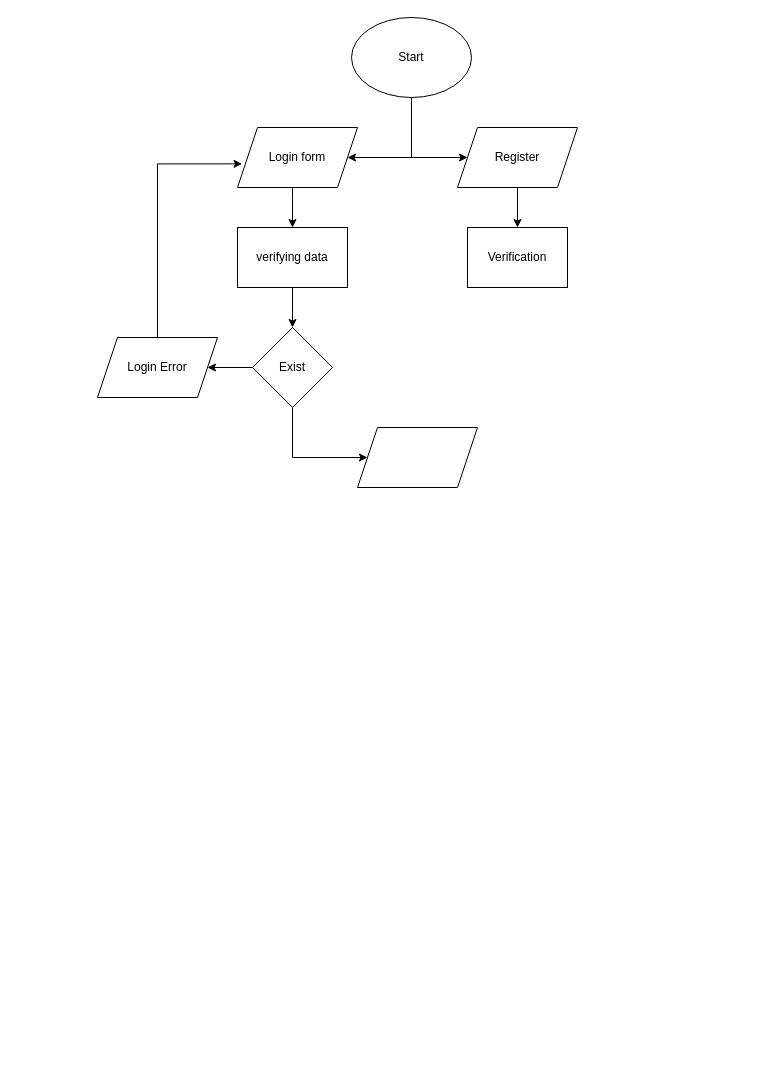
whyllard/weng keeps this draw.io diagram as Untitled Diagram.drawio. Above is the earlier version. Source tidied: cells renumbered, new cells numbered last; positions are measured from the earlier drawing's top-left corner, leaving out a move shared by most shapes. Both pictures are drawn from the tidied source at 100%, with x=0, y=0 at pixel (97, 17).
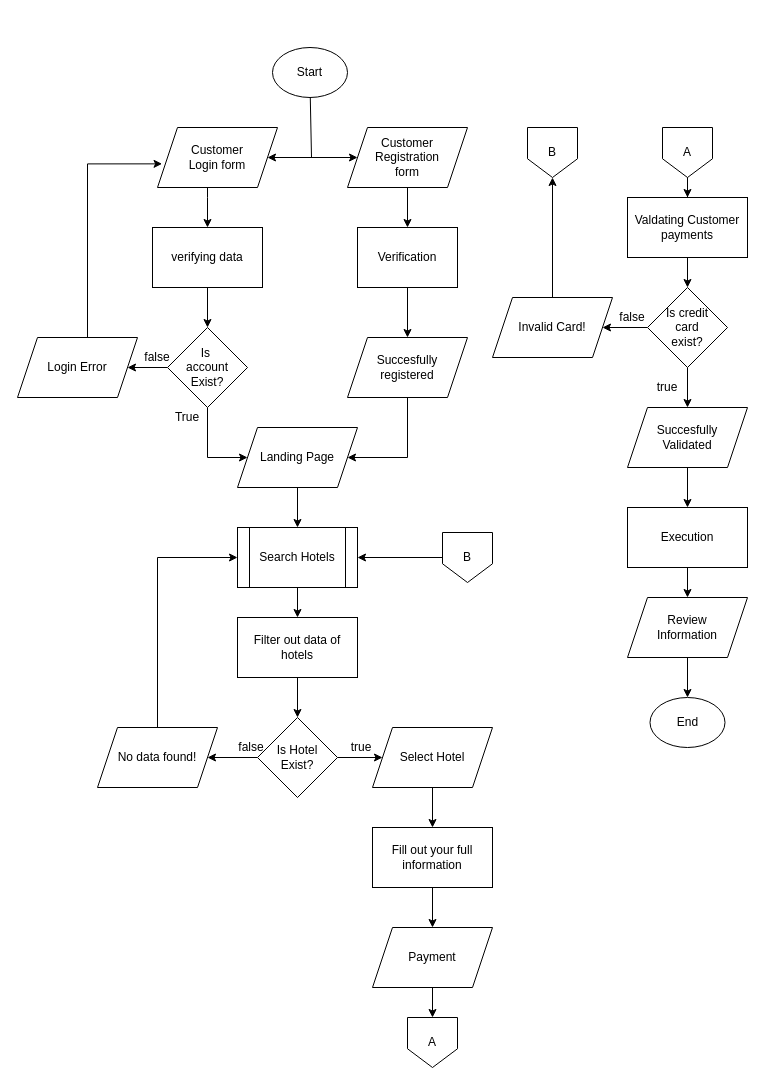
The same page after the edit.

What changed in the source:
```diff
@@
     <mxCell id="2" value="Start" style="ellipse;whiteSpace=wrap;html=1;" parent="1" vertex="1">
-      <mxGeometry x="254" width="120" height="80" as="geometry" />
+      <mxGeometry x="175" y="30" width="75" height="50" as="geometry" />
     </mxCell>
@@
-    <mxCell id="4" value="Register" style="shape=parallelogram;perimeter=parallelogramPerimeter;whiteSpace=wrap;html=1;fixedSize=1;" parent="1" vertex="1">
-      <mxGeometry x="360" y="110" width="120" height="60" as="geometry" />
+    <mxCell id="4" value="Customer&lt;br&gt;Registration&lt;br&gt;form" style="shape=parallelogram;perimeter=parallelogramPerimeter;whiteSpace=wrap;html=1;fixedSize=1;" parent="1" vertex="1">
+      <mxGeometry x="250" y="110" width="120" height="60" as="geometry" />
     </mxCell>
     <mxCell id="5" style="endArrow=none;html=1;" parent="1" edge="1" source="2">
       <mxGeometry relative="1" as="geometry">
-        <mxPoint x="314" y="140" as="targetPoint" />
+        <mxPoint x="214" y="140" as="targetPoint" />
       </mxGeometry>
     </mxCell>
     <mxCell id="6" style="edgeStyle=orthogonalEdgeStyle;rounded=0;jettySize=auto;html=1;" parent="1" edge="1" source="7" target="10">
       <mxGeometry relative="1" as="geometry">
         <Array as="points">
-          <mxPoint x="195" y="180" />
-          <mxPoint x="195" y="180" />
+          <mxPoint x="110" y="180" />
+          <mxPoint x="110" y="180" />
         </Array>
       </mxGeometry>
     </mxCell>
-    <mxCell id="7" value="Login form" style="shape=parallelogram;perimeter=parallelogramPerimeter;whiteSpace=wrap;html=1;fixedSize=1;" parent="1" vertex="1">
-      <mxGeometry x="140" y="110" width="120" height="60" as="geometry" />
+    <mxCell id="7" value="Customer&lt;br&gt;Login form" style="shape=parallelogram;perimeter=parallelogramPerimeter;whiteSpace=wrap;html=1;fixedSize=1;" parent="1" vertex="1">
+      <mxGeometry x="60" y="110" width="120" height="60" as="geometry" />
     </mxCell>
@@
     <mxCell id="10" value="verifying data" style="rounded=0;whiteSpace=wrap;html=1;" parent="1" vertex="1">
-      <mxGeometry x="140" y="210" width="110" height="60" as="geometry" />
+      <mxGeometry x="55" y="210" width="110" height="60" as="geometry" />
     </mxCell>
@@
     <mxCell id="12" style="edgeStyle=orthogonalEdgeStyle;rounded=0;jettySize=auto;html=1;entryX=0;entryY=0.5;entryDx=0;entryDy=0;" parent="1" edge="1" source="13" target="16">
       <mxGeometry relative="1" as="geometry">
         <Array as="points">
-          <mxPoint x="195" y="440" />
+          <mxPoint x="110" y="440" />
         </Array>
       </mxGeometry>
     </mxCell>
-    <mxCell id="13" value="Exist" style="rhombus;whiteSpace=wrap;html=1;" parent="1" vertex="1">
-      <mxGeometry x="155" y="310" width="80" height="80" as="geometry" />
+    <mxCell id="13" value="Is&amp;nbsp;&lt;br&gt;account&lt;br&gt;Exist?" style="rhombus;whiteSpace=wrap;html=1;" parent="1" vertex="1">
+      <mxGeometry x="70" y="310" width="80" height="80" as="geometry" />
     </mxCell>
     <mxCell id="14" style="edgeStyle=orthogonalEdgeStyle;rounded=0;jettySize=auto;html=1;entryX=0.038;entryY=0.606;entryDx=0;entryDy=0;entryPerimeter=0;" parent="1" edge="1" source="15" target="7">
       <mxGeometry relative="1" as="geometry">
         <Array as="points">
-          <mxPoint x="60" y="146" />
+          <mxPoint x="-10" y="146" />
         </Array>
       </mxGeometry>
     </mxCell>
     <mxCell id="15" value="Login Error" style="shape=parallelogram;perimeter=parallelogramPerimeter;whiteSpace=wrap;html=1;fixedSize=1;" parent="1" vertex="1">
-      <mxGeometry y="320" width="120" height="60" as="geometry" />
+      <mxGeometry x="-80" y="320" width="120" height="60" as="geometry" />
     </mxCell>
+    <mxCell id="18" style="edgeStyle=orthogonalEdgeStyle;rounded=0;jettySize=auto;html=1;entryX=0.5;entryY=0;entryDx=0;entryDy=0;" parent="1" edge="1" source="16" target="25">
+      <mxGeometry relative="1" as="geometry" />
+    </mxCell>
-    <mxCell id="16" style="shape=parallelogram;perimeter=parallelogramPerimeter;whiteSpace=wrap;html=1;fixedSize=1;" parent="1" vertex="1">
-      <mxGeometry x="260" y="410" width="120" height="60" as="geometry" />
+    <mxCell id="16" value="Landing Page" style="shape=parallelogram;perimeter=parallelogramPerimeter;whiteSpace=wrap;html=1;fixedSize=1;" parent="1" vertex="1">
+      <mxGeometry x="140" y="410" width="120" height="60" as="geometry" />
     </mxCell>
+    <mxCell id="19" style="edgeStyle=orthogonalEdgeStyle;rounded=0;jettySize=auto;html=1;entryX=0.5;entryY=0;entryDx=0;entryDy=0;" parent="1" edge="1" source="17" target="21">
+      <mxGeometry relative="1" as="geometry" />
+    </mxCell>
     <mxCell id="17" value="Verification" style="rounded=0;whiteSpace=wrap;html=1;" parent="1" vertex="1">
-      <mxGeometry x="370" y="210" width="100" height="60" as="geometry" />
+      <mxGeometry x="260" y="210" width="100" height="60" as="geometry" />
     </mxCell>
+    <mxCell id="20" style="edgeStyle=orthogonalEdgeStyle;rounded=0;jettySize=auto;html=1;entryX=1;entryY=0.5;entryDx=0;entryDy=0;" parent="1" edge="1" source="21" target="16">
+      <mxGeometry relative="1" as="geometry">
+        <Array as="points">
+          <mxPoint x="310" y="440" />
+        </Array>
+      </mxGeometry>
+    </mxCell>
+    <mxCell id="21" value="Succesfully&lt;br&gt;registered" style="shape=parallelogram;perimeter=parallelogramPerimeter;whiteSpace=wrap;html=1;fixedSize=1;" parent="1" vertex="1">
+      <mxGeometry x="250" y="320" width="120" height="60" as="geometry" />
+    </mxCell>
+    <mxCell id="22" value="True" style="text;html=1;strokeColor=none;fillColor=none;align=center;verticalAlign=middle;whiteSpace=wrap;rounded=0;" parent="1" vertex="1">
+      <mxGeometry x="70" y="390" width="40" height="20" as="geometry" />
+    </mxCell>
+    <mxCell id="23" value="false" style="text;html=1;strokeColor=none;fillColor=none;align=center;verticalAlign=middle;whiteSpace=wrap;rounded=0;" parent="1" vertex="1">
+      <mxGeometry x="40" y="330" width="40" height="20" as="geometry" />
+    </mxCell>
+    <mxCell id="24" style="edgeStyle=orthogonalEdgeStyle;rounded=0;jettySize=auto;html=1;entryX=0.5;entryY=0;entryDx=0;entryDy=0;" parent="1" edge="1" source="25" target="27">
+      <mxGeometry relative="1" as="geometry" />
+    </mxCell>
+    <mxCell id="25" value="Search Hotels" style="shape=process;whiteSpace=wrap;html=1;backgroundOutline=1;" parent="1" vertex="1">
+      <mxGeometry x="140" y="510" width="120" height="60" as="geometry" />
+    </mxCell>
+    <mxCell id="26" style="edgeStyle=orthogonalEdgeStyle;rounded=0;jettySize=auto;html=1;entryX=0.5;entryY=0;entryDx=0;entryDy=0;" parent="1" edge="1" source="27" target="30">
+      <mxGeometry relative="1" as="geometry" />
+    </mxCell>
+    <mxCell id="27" value="Filter out data of hotels" style="rounded=0;whiteSpace=wrap;html=1;" parent="1" vertex="1">
+      <mxGeometry x="140" y="600" width="120" height="60" as="geometry" />
+    </mxCell>
+    <mxCell id="28" style="edgeStyle=orthogonalEdgeStyle;rounded=0;jettySize=auto;html=1;entryX=1;entryY=0.5;entryDx=0;entryDy=0;" parent="1" edge="1" source="30" target="32">
+      <mxGeometry relative="1" as="geometry" />
+    </mxCell>
+    <mxCell id="29" style="edgeStyle=orthogonalEdgeStyle;rounded=0;jettySize=auto;html=1;exitX=1;exitY=0.5;exitDx=0;exitDy=0;" parent="1" edge="1" source="30" target="34">
+      <mxGeometry relative="1" as="geometry" />
+    </mxCell>
+    <mxCell id="30" value="Is Hotel&lt;br&gt;Exist?" style="rhombus;whiteSpace=wrap;html=1;" parent="1" vertex="1">
+      <mxGeometry x="160" y="700" width="80" height="80" as="geometry" />
+    </mxCell>
+    <mxCell id="31" style="edgeStyle=orthogonalEdgeStyle;rounded=0;jettySize=auto;html=1;exitX=0.5;exitY=0;exitDx=0;exitDy=0;entryX=0;entryY=0.5;entryDx=0;entryDy=0;" parent="1" edge="1" source="32" target="25">
+      <mxGeometry relative="1" as="geometry" />
+    </mxCell>
+    <mxCell id="32" value="No data found!" style="shape=parallelogram;perimeter=parallelogramPerimeter;whiteSpace=wrap;html=1;fixedSize=1;" parent="1" vertex="1">
+      <mxGeometry y="710" width="120" height="60" as="geometry" />
+    </mxCell>
+    <mxCell id="33" style="edgeStyle=orthogonalEdgeStyle;rounded=0;jettySize=auto;html=1;entryX=0.5;entryY=0;entryDx=0;entryDy=0;" parent="1" edge="1" source="34" target="38">
+      <mxGeometry relative="1" as="geometry" />
+    </mxCell>
+    <mxCell id="34" value="Select Hotel" style="shape=parallelogram;perimeter=parallelogramPerimeter;whiteSpace=wrap;html=1;fixedSize=1;" parent="1" vertex="1">
+      <mxGeometry x="275" y="710" width="120" height="60" as="geometry" />
+    </mxCell>
+    <mxCell id="35" value="false" style="text;html=1;strokeColor=none;fillColor=none;align=center;verticalAlign=middle;whiteSpace=wrap;rounded=0;" parent="1" vertex="1">
+      <mxGeometry x="134" y="720" width="40" height="20" as="geometry" />
+    </mxCell>
+    <mxCell id="36" value="true" style="text;html=1;strokeColor=none;fillColor=none;align=center;verticalAlign=middle;whiteSpace=wrap;rounded=0;" parent="1" vertex="1">
+      <mxGeometry x="244" y="720" width="40" height="20" as="geometry" />
+    </mxCell>
+    <mxCell id="37" style="edgeStyle=orthogonalEdgeStyle;rounded=0;jettySize=auto;html=1;entryX=0.5;entryY=0;entryDx=0;entryDy=0;" parent="1" edge="1" source="38" target="40">
+      <mxGeometry relative="1" as="geometry" />
+    </mxCell>
+    <mxCell id="38" value="Fill out your full&lt;br&gt;information" style="rounded=0;whiteSpace=wrap;html=1;" parent="1" vertex="1">
+      <mxGeometry x="275" y="810" width="120" height="60" as="geometry" />
+    </mxCell>
+    <mxCell id="39" style="edgeStyle=orthogonalEdgeStyle;rounded=0;jettySize=auto;html=1;entryX=0.5;entryY=0;entryDx=0;entryDy=0;" parent="1" edge="1" source="40" target="41">
+      <mxGeometry relative="1" as="geometry" />
+    </mxCell>
+    <mxCell id="40" value="Payment" style="shape=parallelogram;perimeter=parallelogramPerimeter;whiteSpace=wrap;html=1;fixedSize=1;" parent="1" vertex="1">
+      <mxGeometry x="275" y="910" width="120" height="60" as="geometry" />
+    </mxCell>
+    <mxCell id="41" value="A" style="shape=offPageConnector;whiteSpace=wrap;html=1;" parent="1" vertex="1">
+      <mxGeometry x="310" y="1000" width="50" height="50" as="geometry" />
+    </mxCell>
+    <mxCell id="42" style="edgeStyle=orthogonalEdgeStyle;rounded=0;jettySize=auto;html=1;entryX=0.5;entryY=0;entryDx=0;entryDy=0;" parent="1" edge="1" source="43" target="45">
+      <mxGeometry relative="1" as="geometry" />
+    </mxCell>
+    <mxCell id="43" value="A" style="shape=offPageConnector;whiteSpace=wrap;html=1;" parent="1" vertex="1">
+      <mxGeometry x="565" y="110" width="50" height="50" as="geometry" />
+    </mxCell>
+    <mxCell id="44" style="edgeStyle=orthogonalEdgeStyle;rounded=0;jettySize=auto;html=1;entryX=0.5;entryY=0;entryDx=0;entryDy=0;" parent="1" edge="1" source="45" target="48">
+      <mxGeometry relative="1" as="geometry" />
+    </mxCell>
+    <mxCell id="45" value="Valdating Customer&lt;br&gt;payments" style="rounded=0;whiteSpace=wrap;html=1;" parent="1" vertex="1">
+      <mxGeometry x="530" y="180" width="120" height="60" as="geometry" />
+    </mxCell>
+    <mxCell id="46" style="edgeStyle=orthogonalEdgeStyle;rounded=0;jettySize=auto;html=1;entryX=1;entryY=0.5;entryDx=0;entryDy=0;" parent="1" edge="1" source="48" target="52">
+      <mxGeometry relative="1" as="geometry" />
+    </mxCell>
+    <mxCell id="47" style="edgeStyle=orthogonalEdgeStyle;rounded=0;jettySize=auto;html=1;entryX=0.5;entryY=0;entryDx=0;entryDy=0;" parent="1" edge="1" source="48" target="50">
+      <mxGeometry relative="1" as="geometry" />
+    </mxCell>
+    <mxCell id="48" value="Is credit&lt;br&gt;card&lt;br&gt;exist?" style="rhombus;whiteSpace=wrap;html=1;" parent="1" vertex="1">
+      <mxGeometry x="550" y="270" width="80" height="80" as="geometry" />
+    </mxCell>
+    <mxCell id="49" style="edgeStyle=orthogonalEdgeStyle;rounded=0;jettySize=auto;html=1;entryX=0.5;entryY=0;entryDx=0;entryDy=0;" parent="1" edge="1" source="50" target="59">
+      <mxGeometry relative="1" as="geometry" />
+    </mxCell>
+    <mxCell id="50" value="Succesfully &lt;br&gt;Validated" style="shape=parallelogram;perimeter=parallelogramPerimeter;whiteSpace=wrap;html=1;fixedSize=1;" parent="1" vertex="1">
+      <mxGeometry x="530" y="390" width="120" height="60" as="geometry" />
+    </mxCell>
+    <mxCell id="51" style="edgeStyle=orthogonalEdgeStyle;rounded=0;jettySize=auto;html=1;entryX=0.5;entryY=1;entryDx=0;entryDy=0;" parent="1" edge="1" source="52" target="55">
+      <mxGeometry relative="1" as="geometry" />
+    </mxCell>
+    <mxCell id="52" value="Invalid Card!" style="shape=parallelogram;perimeter=parallelogramPerimeter;whiteSpace=wrap;html=1;fixedSize=1;" parent="1" vertex="1">
+      <mxGeometry x="395" y="280" width="120" height="60" as="geometry" />
+    </mxCell>
+    <mxCell id="53" value="true" style="text;html=1;strokeColor=none;fillColor=none;align=center;verticalAlign=middle;whiteSpace=wrap;rounded=0;" parent="1" vertex="1">
+      <mxGeometry x="550" y="360" width="40" height="20" as="geometry" />
+    </mxCell>
+    <mxCell id="54" value="false" style="text;html=1;strokeColor=none;fillColor=none;align=center;verticalAlign=middle;whiteSpace=wrap;rounded=0;" parent="1" vertex="1">
+      <mxGeometry x="515" y="290" width="40" height="20" as="geometry" />
+    </mxCell>
+    <mxCell id="55" value="B" style="shape=offPageConnector;whiteSpace=wrap;html=1;" parent="1" vertex="1">
+      <mxGeometry x="430" y="110" width="50" height="50" as="geometry" />
+    </mxCell>
+    <mxCell id="56" style="edgeStyle=orthogonalEdgeStyle;rounded=0;jettySize=auto;html=1;entryX=1;entryY=0.5;entryDx=0;entryDy=0;" parent="1" edge="1" source="57" target="25">
+      <mxGeometry relative="1" as="geometry" />
+    </mxCell>
+    <mxCell id="57" value="B" style="shape=offPageConnector;whiteSpace=wrap;html=1;" parent="1" vertex="1">
+      <mxGeometry x="345" y="515" width="50" height="50" as="geometry" />
+    </mxCell>
+    <mxCell id="58" style="edgeStyle=orthogonalEdgeStyle;rounded=0;jettySize=auto;html=1;entryX=0.5;entryY=0;entryDx=0;entryDy=0;" parent="1" edge="1" source="59" target="62">
+      <mxGeometry relative="1" as="geometry" />
+    </mxCell>
+    <mxCell id="59" value="Execution" style="rounded=0;whiteSpace=wrap;html=1;" parent="1" vertex="1">
+      <mxGeometry x="530" y="490" width="120" height="60" as="geometry" />
+    </mxCell>
+    <mxCell id="60" value="End" style="ellipse;whiteSpace=wrap;html=1;" parent="1" vertex="1">
+      <mxGeometry x="552.5" y="680" width="75" height="50" as="geometry" />
+    </mxCell>
+    <mxCell id="61" style="edgeStyle=orthogonalEdgeStyle;rounded=0;jettySize=auto;html=1;entryX=0.5;entryY=0;entryDx=0;entryDy=0;" parent="1" edge="1" source="62" target="60">
+      <mxGeometry relative="1" as="geometry" />
+    </mxCell>
+    <mxCell id="62" value="Review &lt;br&gt;Information" style="shape=parallelogram;perimeter=parallelogramPerimeter;whiteSpace=wrap;html=1;fixedSize=1;" parent="1" vertex="1">
+      <mxGeometry x="530" y="580" width="120" height="60" as="geometry" />
+    </mxCell>
```
